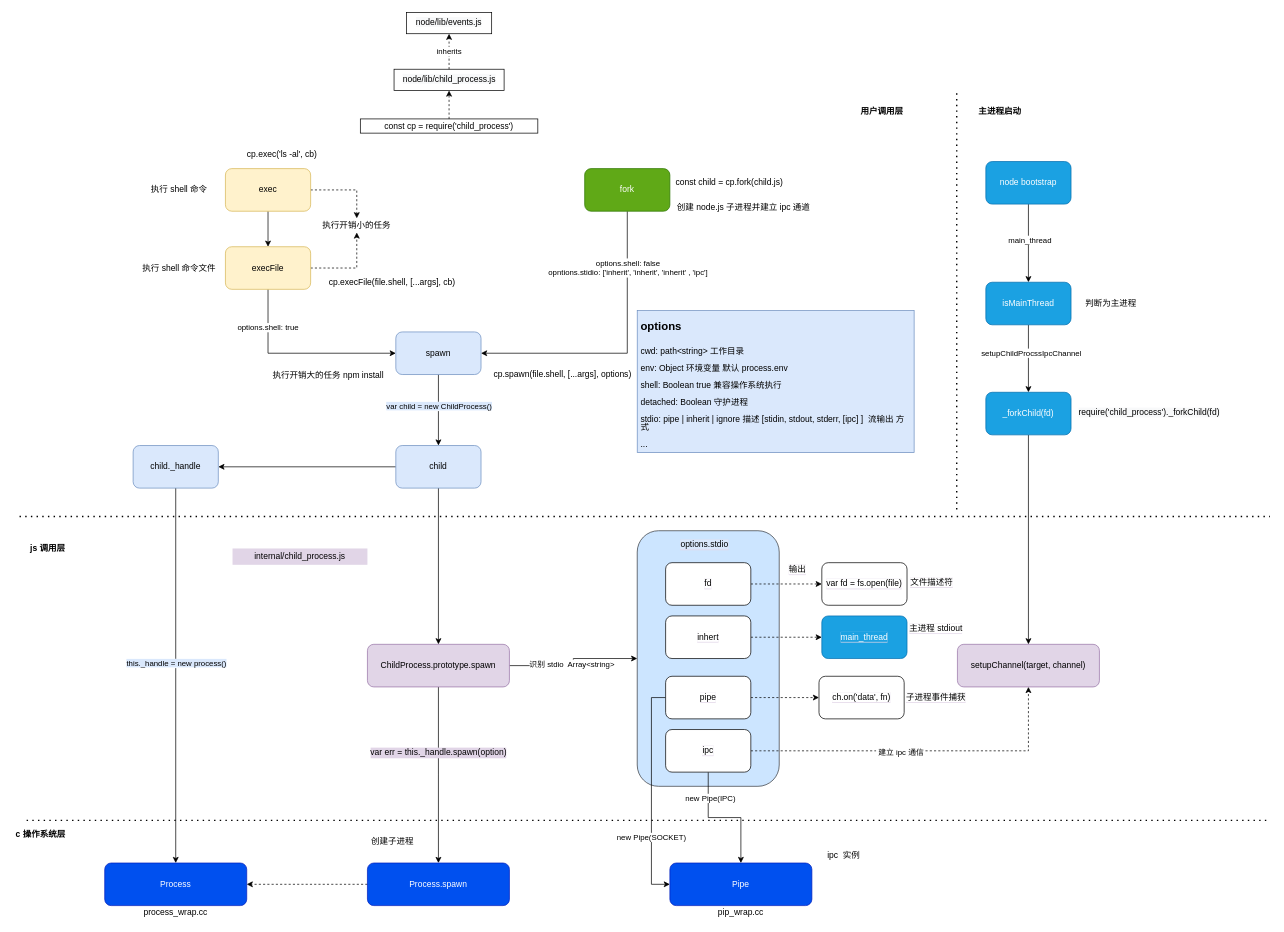
Above: child_process.drawio in sfyr111/draw (draw.io), before the change. Source tidied: cells renumbered, new cells numbered last; positions are measured from the earlier drawing's top-left corner, leaving out a move shared by most shapes. Both pictures are drawn from the tidied source at 71%, with x=0, y=0 at pixel (12, 12).
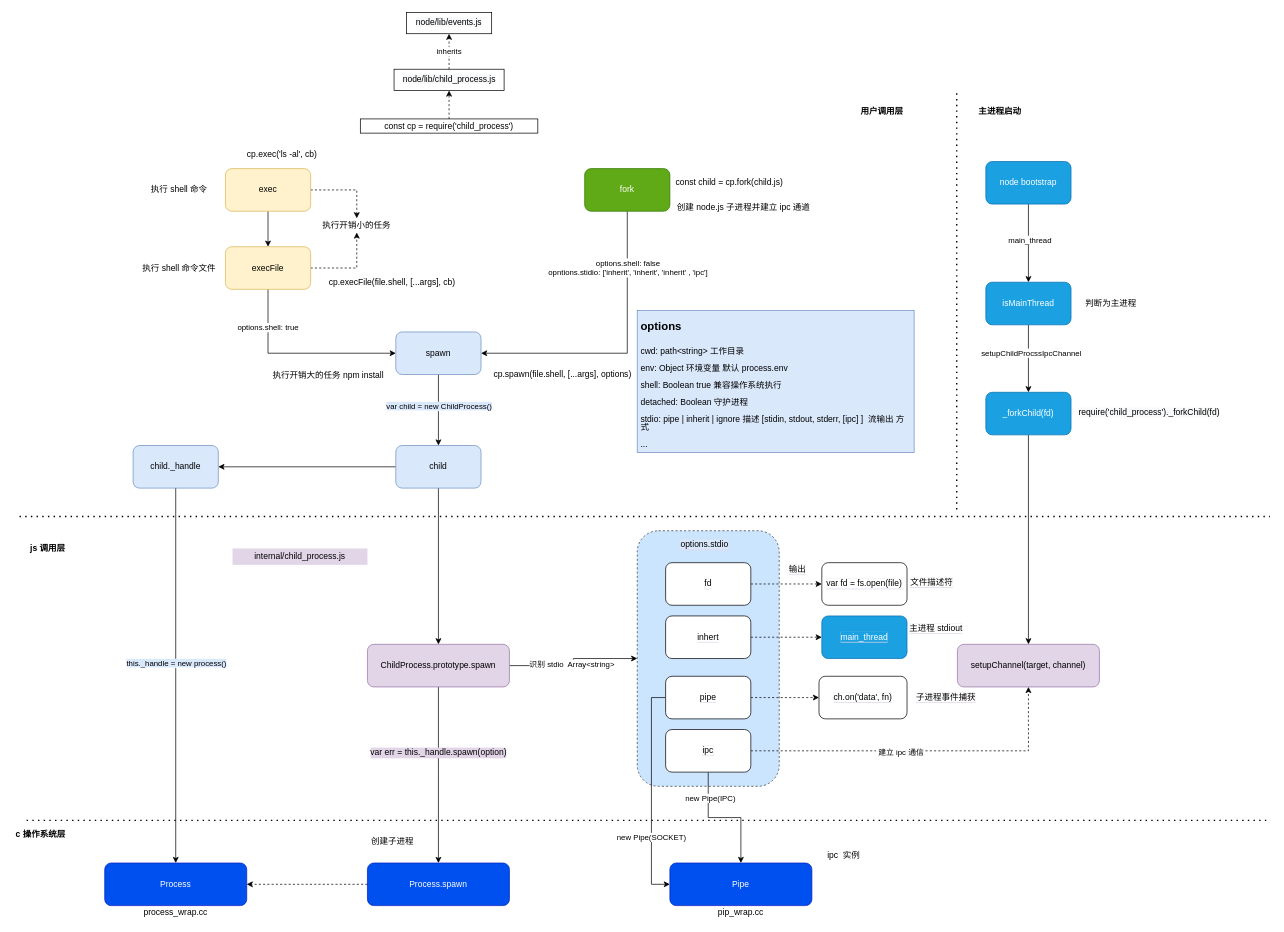
The same page after the edit.

Change to the diagram source:
```diff
@@
-    <mxCell id="2" style="rounded=1;whiteSpace=wrap;html=1;labelBackgroundColor=#E1D5E7;strokeColor=#36393d;fillColor=#cce5ff;" parent="1" vertex="1">
+    <mxCell id="2" style="rounded=1;whiteSpace=wrap;html=1;labelBackgroundColor=#E1D5E7;strokeColor=#36393d;fillColor=#cce5ff;dashed=1;" parent="1" vertex="1">
       <mxGeometry x="880" y="730" width="200" height="360" as="geometry" />
     </mxCell>
@@
     <mxCell id="82" value="&lt;font color=&quot;#000000&quot;&gt;&lt;span style=&quot;background-color: rgb(255 , 255 , 255)&quot;&gt;ch.on('data', fn)&lt;/span&gt;&lt;/font&gt;" style="rounded=1;whiteSpace=wrap;html=1;labelBackgroundColor=#E1D5E7;fillColor=#ffffff;gradientColor=#ffffff;fontColor=#3333FF;" parent="1" vertex="1">
-      <mxGeometry x="1136" y="935" width="120" height="60" as="geometry" />
+      <mxGeometry x="1136" y="935" width="124" height="60" as="geometry" />
     </mxCell>
@@
     <mxCell id="86" value="&lt;span style=&quot;background-color: rgb(255 , 255 , 255)&quot;&gt;子进程事件捕获&lt;/span&gt;" style="text;html=1;strokeColor=none;fillColor=none;align=center;verticalAlign=middle;whiteSpace=wrap;rounded=0;labelBackgroundColor=#E1D5E7;fontColor=#000000;" parent="1" vertex="1">
-      <mxGeometry x="1256" y="957.5" width="90" height="15" as="geometry" />
+      <mxGeometry x="1270" y="957.5" width="90" height="15" as="geometry" />
     </mxCell>
```
